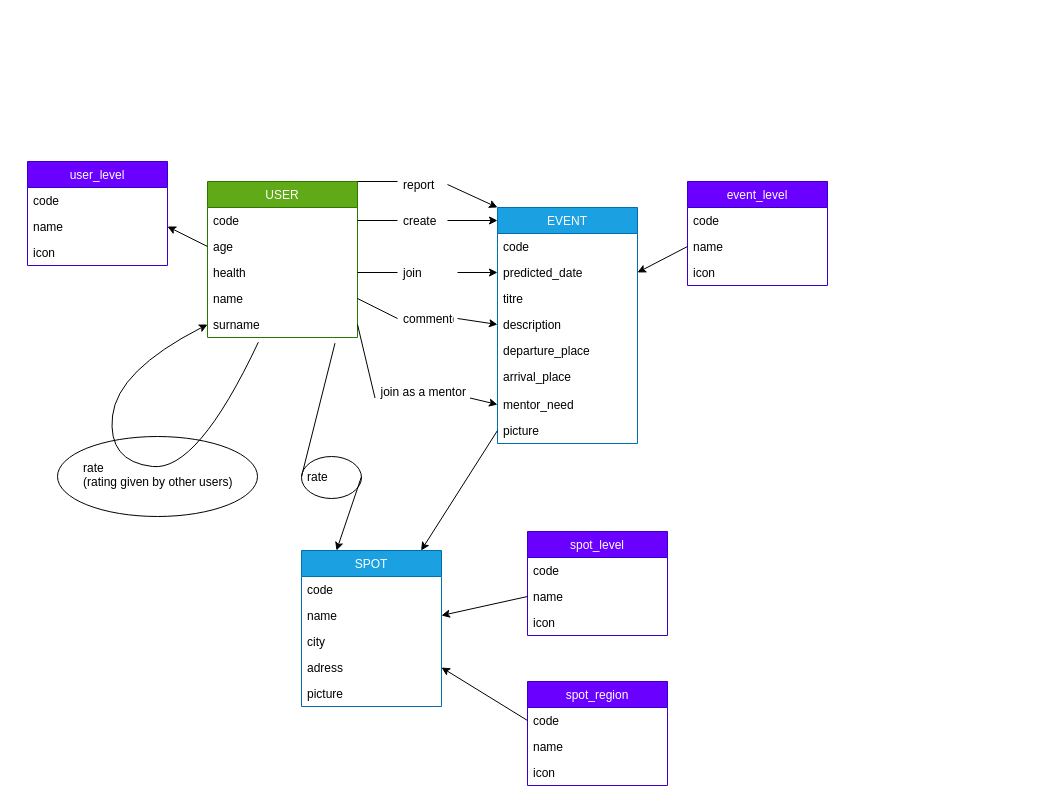
Earlier version of the draw.io diagram page "mcd3" (3 of 5) of conception/mcd.drawio (sarahBarbotin/mirror-hotspot). Source tidied: cells renumbered, new cells numbered last; positions are measured from the earlier drawing's top-left corner, leaving out a move shared by most shapes. Both pictures are drawn from the tidied source at 100%, with x=0, y=0 at pixel (27, 161).
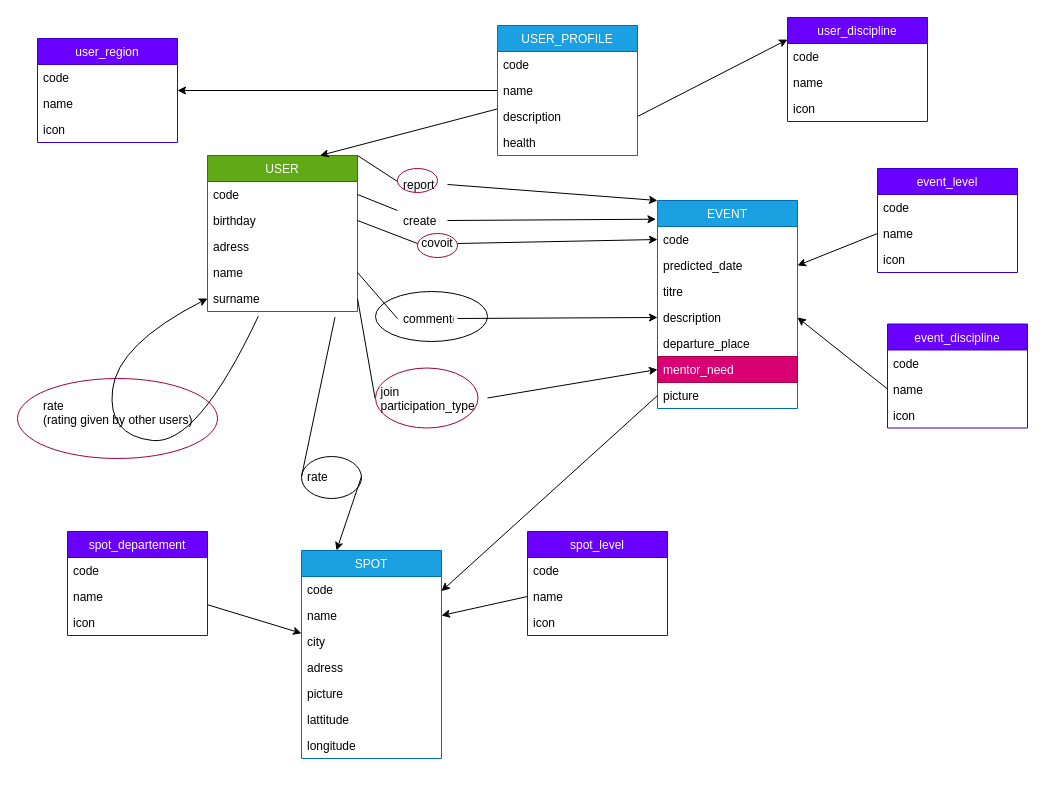
Above is the later version.

Commit message:
s-docs-conception-wireframe with Julien

Unchanged cells that the change refers to:
```xml
<mxCell id="11" value="code" style="text;strokeColor=none;fillColor=none;align=left;verticalAlign=top;spacingLeft=4;spacingRight=4;overflow=hidden;points=[[0,0.5],[1,0.5]];portConstraint=eastwest;" parent="10" vertex="1">
  <mxGeometry y="26" width="140" height="26" as="geometry" />
</mxCell>
<mxCell id="14" value="description" style="text;strokeColor=none;fillColor=none;align=left;verticalAlign=top;spacingLeft=4;spacingRight=4;overflow=hidden;points=[[0,0.5],[1,0.5]];portConstraint=eastwest;" parent="10" vertex="1">
  <mxGeometry y="104" width="140" height="26" as="geometry" />
</mxCell>
<mxCell id="23" value="adress" style="text;strokeColor=none;fillColor=none;align=left;verticalAlign=top;spacingLeft=4;spacingRight=4;overflow=hidden;points=[[0,0.5],[1,0.5]];portConstraint=eastwest;" parent="19" vertex="1">
  <mxGeometry y="104" width="140" height="26" as="geometry" />
</mxCell>
<mxCell id="35" value="create" style="text;strokeColor=none;fillColor=none;align=left;verticalAlign=top;spacingLeft=4;spacingRight=4;overflow=hidden;points=[[0,0.5],[1,0.5]];portConstraint=eastwest;" parent="1" vertex="1">
  <mxGeometry x="370" y="46" width="50" height="26" as="geometry" />
</mxCell>
<mxCell id="59" value="code" style="text;strokeColor=none;fillColor=none;align=left;verticalAlign=top;spacingLeft=4;spacingRight=4;overflow=hidden;points=[[0,0.5],[1,0.5]];portConstraint=eastwest;" parent="58" vertex="1">
  <mxGeometry y="26" width="140" height="26" as="geometry" />
</mxCell>
```

The edit, as a diff of the source:
```diff
@@
+    <mxCell id="67" style="edgeStyle=none;html=1;exitX=1;exitY=0.5;exitDx=0;exitDy=0;entryX=0;entryY=0.212;entryDx=0;entryDy=0;entryPerimeter=0;" parent="1" edge="1" source="86" target="87">
+      <mxGeometry relative="1" as="geometry" />
+    </mxCell>
     <mxCell id="3" value="USER" style="swimlane;fontStyle=0;horizontal=1;startSize=26;fillColor=#60a917;strokeColor=#2D7600;fontColor=#ffffff;" parent="1" vertex="1">
-      <mxGeometry x="180" y="20" width="150" height="156" as="geometry" />
+      <mxGeometry x="180" y="-6" width="150" height="156" as="geometry" />
     </mxCell>
@@
-    <mxCell id="5" value="age" style="text;strokeColor=none;fillColor=none;align=left;verticalAlign=top;spacingLeft=4;spacingRight=4;overflow=hidden;points=[[0,0.5],[1,0.5]];portConstraint=eastwest;" parent="3" vertex="1">
+    <mxCell id="5" value="birthday" style="text;strokeColor=none;fillColor=none;align=left;verticalAlign=top;spacingLeft=4;spacingRight=4;overflow=hidden;points=[[0,0.5],[1,0.5]];portConstraint=eastwest;" parent="3" vertex="1">
       <mxGeometry y="52" width="150" height="26" as="geometry" />
     </mxCell>
-    <mxCell id="6" value="health" style="text;strokeColor=none;fillColor=none;align=left;verticalAlign=top;spacingLeft=4;spacingRight=4;overflow=hidden;points=[[0,0.5],[1,0.5]];portConstraint=eastwest;" parent="3" vertex="1">
-      <mxGeometry y="78" width="150" height="26" as="geometry" />
-    </mxCell>
+    <mxCell id="68" value="adress" style="text;strokeColor=none;fillColor=none;align=left;verticalAlign=top;spacingLeft=4;spacingRight=4;overflow=hidden;" parent="3" vertex="1">
+      <mxGeometry y="78" width="150" height="26" as="geometry" />
+    </mxCell>
@@
     <mxCell id="10" value="EVENT" style="swimlane;fontStyle=0;horizontal=1;startSize=26;fillColor=#1ba1e2;strokeColor=#006EAF;fontColor=#ffffff;" parent="1" vertex="1">
-      <mxGeometry x="470" y="46" width="140" height="236" as="geometry" />
+      <mxGeometry x="630" y="39" width="140" height="208" as="geometry" />
     </mxCell>
@@
-    <mxCell id="16" value="arrival_place" style="text;strokeColor=none;fillColor=none;align=left;verticalAlign=top;spacingLeft=4;spacingRight=4;overflow=hidden;" parent="10" vertex="1">
-      <mxGeometry y="156" width="140" height="28" as="geometry" />
-    </mxCell>
-    <mxCell id="17" value="mentor_need" style="text;strokeColor=none;fillColor=none;align=left;verticalAlign=top;spacingLeft=4;spacingRight=4;overflow=hidden;points=[[0,0.5],[1,0.5]];portConstraint=eastwest;" parent="10" vertex="1">
-      <mxGeometry y="184" width="140" height="26" as="geometry" />
+    <mxCell id="17" value="mentor_need" style="text;strokeColor=#A50040;fillColor=#d80073;align=left;verticalAlign=top;spacingLeft=4;spacingRight=4;overflow=hidden;points=[[0,0.5],[1,0.5]];portConstraint=eastwest;fontColor=#ffffff;" parent="10" vertex="1">
+      <mxGeometry y="156" width="140" height="26" as="geometry" />
     </mxCell>
     <mxCell id="18" value="picture" style="text;strokeColor=none;fillColor=none;align=left;verticalAlign=top;spacingLeft=4;spacingRight=4;overflow=hidden;points=[[0,0.5],[1,0.5]];portConstraint=eastwest;" parent="10" vertex="1">
-      <mxGeometry y="210" width="140" height="26" as="geometry" />
+      <mxGeometry y="182" width="140" height="26" as="geometry" />
     </mxCell>
     <mxCell id="19" value="SPOT" style="swimlane;fontStyle=0;horizontal=1;startSize=26;fillColor=#1ba1e2;strokeColor=#006EAF;fontColor=#ffffff;" parent="1" vertex="1">
-      <mxGeometry x="274" y="389" width="140" height="156" as="geometry" />
+      <mxGeometry x="274" y="389" width="140" height="208" as="geometry" />
     </mxCell>
@@
+    <mxCell id="69" value="lattitude" style="text;strokeColor=none;fillColor=none;align=left;verticalAlign=top;spacingLeft=4;spacingRight=4;overflow=hidden;" parent="19" vertex="1">
+      <mxGeometry y="156" width="140" height="26" as="geometry" />
+    </mxCell>
+    <mxCell id="70" value="longitude" style="text;strokeColor=none;fillColor=none;align=left;verticalAlign=top;spacingLeft=4;spacingRight=4;overflow=hidden;" parent="19" vertex="1">
+      <mxGeometry y="182" width="140" height="26" as="geometry" />
+    </mxCell>
     <mxCell id="25" value="event_level" style="swimlane;fontStyle=0;horizontal=1;startSize=26;fillColor=#6a00ff;strokeColor=#3700CC;fontColor=#ffffff;" parent="1" vertex="1">
-      <mxGeometry x="660" y="20" width="140" height="104" as="geometry" />
+      <mxGeometry x="850" y="7" width="140" height="104" as="geometry" />
     </mxCell>
@@
-    <mxCell id="29" value="user_level" style="swimlane;fontStyle=0;horizontal=1;startSize=26;fillColor=#6a00ff;strokeColor=#3700CC;fontColor=#ffffff;" parent="1" vertex="1">
-      <mxGeometry width="140" height="104" as="geometry" />
-    </mxCell>
-    <mxCell id="30" value="code" style="text;strokeColor=none;fillColor=none;align=left;verticalAlign=top;spacingLeft=4;spacingRight=4;overflow=hidden;" parent="29" vertex="1">
-      <mxGeometry y="26" width="140" height="26" as="geometry" />
-    </mxCell>
-    <mxCell id="31" value="name" style="text;strokeColor=none;fillColor=none;align=left;verticalAlign=top;spacingLeft=4;spacingRight=4;overflow=hidden;points=[[0,0.5],[1,0.5]];portConstraint=eastwest;" parent="29" vertex="1">
-      <mxGeometry y="52" width="140" height="26" as="geometry" />
-    </mxCell>
-    <mxCell id="32" value="icon" style="text;strokeColor=none;fillColor=none;align=left;verticalAlign=top;spacingLeft=4;spacingRight=4;overflow=hidden;" parent="29" vertex="1">
-      <mxGeometry y="78" width="140" height="26" as="geometry" />
-    </mxCell>
-    <mxCell id="33" style="edgeStyle=none;html=1;exitX=1;exitY=0.5;exitDx=0;exitDy=0;entryX=0;entryY=0.5;entryDx=0;entryDy=0;startArrow=none;" parent="1" edge="1" source="45">
-      <mxGeometry relative="1" as="geometry">
-        <mxPoint x="470" y="111" as="targetPoint" />
-      </mxGeometry>
-    </mxCell>
-    <mxCell id="34" style="edgeStyle=none;html=1;exitX=1;exitY=0.5;exitDx=0;exitDy=0;startArrow=none;" parent="1" edge="1" source="35">
-      <mxGeometry relative="1" as="geometry">
-        <mxPoint x="470" y="59" as="targetPoint" />
-      </mxGeometry>
+    <mxCell id="34" style="edgeStyle=none;html=1;exitX=1;exitY=0.5;exitDx=0;exitDy=0;startArrow=none;entryX=-0.011;entryY=0.09;entryDx=0;entryDy=0;entryPerimeter=0;" parent="1" edge="1" source="35" target="10">
+      <mxGeometry relative="1" as="geometry" />
     </mxCell>
@@
-    <mxCell id="40" style="edgeStyle=none;html=1;exitX=0;exitY=0.5;exitDx=0;exitDy=0;entryX=1;entryY=0.5;entryDx=0;entryDy=0;" parent="1" edge="1" source="5" target="31">
-      <mxGeometry relative="1" as="geometry" />
-    </mxCell>
@@
-    <mxCell id="45" value="join" style="text;strokeColor=none;fillColor=none;align=left;verticalAlign=top;spacingLeft=4;spacingRight=4;overflow=hidden;points=[[0,0.5],[1,0.5]];portConstraint=eastwest;" parent="1" vertex="1">
-      <mxGeometry x="370" y="98" width="60" height="26" as="geometry" />
-    </mxCell>
-    <mxCell id="46" style="edgeStyle=none;html=1;exitX=1;exitY=0.5;exitDx=0;exitDy=0;entryX=0;entryY=0.5;entryDx=0;entryDy=0;endArrow=none;" parent="1" edge="1" source="6" target="45">
-      <mxGeometry relative="1" as="geometry" />
-    </mxCell>
@@
-    <mxCell id="48" value="join as a mentor" style="text;strokeColor=none;fillColor=none;align=left;verticalAlign=top;spacingLeft=4;spacingRight=4;overflow=hidden;points=[[0,0.5],[1,0.5]];portConstraint=eastwest;" parent="1" vertex="1">
-      <mxGeometry x="347.5" y="217" width="95" height="39" as="geometry" />
+    <mxCell id="48" value="join &#10;participation_type" style="text;strokeColor=none;fillColor=none;align=left;verticalAlign=top;spacingLeft=4;spacingRight=4;overflow=hidden;points=[[0,0.5],[1,0.5]];portConstraint=eastwest;" parent="1" vertex="1">
+      <mxGeometry x="347.5" y="217" width="112.5" height="39" as="geometry" />
     </mxCell>
@@
     <mxCell id="50" value="rate&#10;(rating given by other users)" style="text;strokeColor=none;fillColor=none;align=left;verticalAlign=top;spacingLeft=4;spacingRight=4;overflow=hidden;" parent="1" vertex="1">
-      <mxGeometry x="50" y="293" width="170" height="44" as="geometry" />
+      <mxGeometry x="10" y="231" width="170" height="44" as="geometry" />
     </mxCell>
-    <mxCell id="51" style="ellipse;whiteSpace=wrap;html=1;fillColor=none;" parent="1" vertex="1">
-      <mxGeometry x="30" y="275" width="200" height="80" as="geometry" />
+    <mxCell id="51" style="ellipse;whiteSpace=wrap;html=1;strokeColor=#A50040;fontColor=#ffffff;fillColor=none;" parent="1" vertex="1">
+      <mxGeometry x="-10" y="217" width="200" height="80" as="geometry" />
     </mxCell>
@@
-    <mxCell id="58" value="spot_region" style="swimlane;fontStyle=0;horizontal=1;startSize=26;fillColor=#6a00ff;strokeColor=#3700CC;fontColor=#ffffff;" parent="1" vertex="1">
-      <mxGeometry x="500" y="520" width="140" height="104" as="geometry" />
+    <mxCell id="58" value="spot_departement" style="swimlane;fontStyle=0;horizontal=1;startSize=26;fillColor=#6a00ff;strokeColor=#3700CC;fontColor=#ffffff;" parent="1" vertex="1">
+      <mxGeometry x="40" y="370" width="140" height="104" as="geometry" />
     </mxCell>
@@
-    <mxCell id="62" style="edgeStyle=none;html=1;exitX=0;exitY=0.5;exitDx=0;exitDy=0;entryX=1;entryY=0.5;entryDx=0;entryDy=0;" parent="1" edge="1" source="59" target="23">
+    <mxCell id="62" style="edgeStyle=none;html=1;" parent="1" edge="1" source="58" target="19">
       <mxGeometry relative="1" as="geometry" />
     </mxCell>
@@
+    <mxCell id="71" style="ellipse;whiteSpace=wrap;html=1;fillColor=none;" parent="1" vertex="1">
+      <mxGeometry x="348" y="130" width="112" height="50" as="geometry" />
+    </mxCell>
+    <mxCell id="72" style="ellipse;whiteSpace=wrap;html=1;strokeColor=#A50040;fontColor=#ffffff;fillColor=none;" parent="1" vertex="1">
+      <mxGeometry x="348" y="206.5" width="102.5" height="60" as="geometry" />
+    </mxCell>
+    <mxCell id="73" style="edgeStyle=none;html=1;exitX=1;exitY=0.5;exitDx=0;exitDy=0;entryX=0;entryY=0.5;entryDx=0;entryDy=0;startArrow=none;" parent="1" edge="1" source="74" target="11">
+      <mxGeometry relative="1" as="geometry" />
+    </mxCell>
+    <mxCell id="74" value="covoit" style="text;html=1;strokeColor=none;fillColor=none;align=center;verticalAlign=middle;whiteSpace=wrap;rounded=0;" parent="1" vertex="1">
+      <mxGeometry x="390" y="72" width="40" height="20" as="geometry" />
+    </mxCell>
+    <mxCell id="75" style="edgeStyle=none;html=1;exitX=1;exitY=0.5;exitDx=0;exitDy=0;entryX=0;entryY=0.5;entryDx=0;entryDy=0;endArrow=none;" parent="1" edge="1" source="5" target="74">
+      <mxGeometry relative="1" as="geometry" />
+    </mxCell>
+    <mxCell id="76" style="ellipse;whiteSpace=wrap;html=1;strokeColor=#A50040;fontColor=#ffffff;fillColor=none;" parent="1" vertex="1">
+      <mxGeometry x="390" y="72" width="40" height="24" as="geometry" />
+    </mxCell>
+    <mxCell id="77" value="user_region" style="swimlane;fontStyle=0;horizontal=1;startSize=26;fillColor=#6a00ff;strokeColor=#3700CC;fontColor=#ffffff;" parent="1" vertex="1">
+      <mxGeometry x="10" y="-123" width="140" height="104" as="geometry" />
+    </mxCell>
+    <mxCell id="78" value="code" style="text;strokeColor=none;fillColor=none;align=left;verticalAlign=top;spacingLeft=4;spacingRight=4;overflow=hidden;" parent="77" vertex="1">
+      <mxGeometry y="26" width="140" height="26" as="geometry" />
+    </mxCell>
+    <mxCell id="79" value="name" style="text;strokeColor=none;fillColor=none;align=left;verticalAlign=top;spacingLeft=4;spacingRight=4;overflow=hidden;" parent="77" vertex="1">
+      <mxGeometry y="52" width="140" height="26" as="geometry" />
+    </mxCell>
+    <mxCell id="80" value="icon" style="text;strokeColor=none;fillColor=none;align=left;verticalAlign=top;spacingLeft=4;spacingRight=4;overflow=hidden;" parent="77" vertex="1">
+      <mxGeometry y="78" width="140" height="26" as="geometry" />
+    </mxCell>
+    <mxCell id="81" style="edgeStyle=none;html=1;entryX=0.75;entryY=0;entryDx=0;entryDy=0;" parent="1" edge="1" source="83" target="3">
+      <mxGeometry relative="1" as="geometry" />
+    </mxCell>
+    <mxCell id="82" style="edgeStyle=none;html=1;" parent="1" edge="1" source="83" target="77">
+      <mxGeometry relative="1" as="geometry" />
+    </mxCell>
+    <mxCell id="83" value="USER_PROFILE" style="swimlane;fontStyle=0;horizontal=1;startSize=26;fillColor=#1ba1e2;strokeColor=#006EAF;fontColor=#ffffff;" parent="1" vertex="1">
+      <mxGeometry x="470" y="-136" width="140" height="130" as="geometry" />
+    </mxCell>
+    <mxCell id="84" value="code" style="text;strokeColor=none;fillColor=none;align=left;verticalAlign=top;spacingLeft=4;spacingRight=4;overflow=hidden;" parent="83" vertex="1">
+      <mxGeometry y="26" width="140" height="26" as="geometry" />
+    </mxCell>
+    <mxCell id="85" value="name" style="text;strokeColor=none;fillColor=none;align=left;verticalAlign=top;spacingLeft=4;spacingRight=4;overflow=hidden;" parent="83" vertex="1">
+      <mxGeometry y="52" width="140" height="26" as="geometry" />
+    </mxCell>
+    <mxCell id="86" value="description" style="text;strokeColor=none;fillColor=none;align=left;verticalAlign=top;spacingLeft=4;spacingRight=4;overflow=hidden;points=[[0,0.5],[1,0.5]];portConstraint=eastwest;" parent="83" vertex="1">
+      <mxGeometry y="78" width="140" height="26" as="geometry" />
+    </mxCell>
+    <mxCell id="6" value="health" style="text;strokeColor=none;fillColor=none;align=left;verticalAlign=top;spacingLeft=4;spacingRight=4;overflow=hidden;points=[[0,0.5],[1,0.5]];portConstraint=eastwest;" parent="83" vertex="1">
+      <mxGeometry y="104" width="140" height="26" as="geometry" />
+    </mxCell>
+    <mxCell id="87" value="user_discipline" style="swimlane;fontStyle=0;horizontal=1;startSize=26;fillColor=#6a00ff;strokeColor=#3700CC;fontColor=#ffffff;" parent="1" vertex="1">
+      <mxGeometry x="760" y="-144" width="140" height="104" as="geometry" />
+    </mxCell>
+    <mxCell id="88" value="code" style="text;strokeColor=none;fillColor=none;align=left;verticalAlign=top;spacingLeft=4;spacingRight=4;overflow=hidden;" parent="87" vertex="1">
+      <mxGeometry y="26" width="140" height="26" as="geometry" />
+    </mxCell>
+    <mxCell id="89" value="name" style="text;strokeColor=none;fillColor=none;align=left;verticalAlign=top;spacingLeft=4;spacingRight=4;overflow=hidden;" parent="87" vertex="1">
+      <mxGeometry y="52" width="140" height="26" as="geometry" />
+    </mxCell>
+    <mxCell id="90" value="icon" style="text;strokeColor=none;fillColor=none;align=left;verticalAlign=top;spacingLeft=4;spacingRight=4;overflow=hidden;" parent="87" vertex="1">
+      <mxGeometry y="78" width="140" height="26" as="geometry" />
+    </mxCell>
+    <mxCell id="91" style="ellipse;whiteSpace=wrap;html=1;strokeColor=#A50040;fontColor=#ffffff;fillColor=none;" parent="1" vertex="1">
+      <mxGeometry x="370" y="7" width="40" height="24" as="geometry" />
+    </mxCell>
+    <mxCell id="92" value="event_discipline" style="swimlane;fontStyle=0;horizontal=1;startSize=26;fillColor=#6a00ff;strokeColor=#3700CC;fontColor=#ffffff;" parent="1" vertex="1">
+      <mxGeometry x="860" y="162.5" width="140" height="104" as="geometry" />
+    </mxCell>
+    <mxCell id="93" value="code" style="text;strokeColor=none;fillColor=none;align=left;verticalAlign=top;spacingLeft=4;spacingRight=4;overflow=hidden;" parent="92" vertex="1">
+      <mxGeometry y="26" width="140" height="26" as="geometry" />
+    </mxCell>
+    <mxCell id="94" value="name" style="text;strokeColor=none;fillColor=none;align=left;verticalAlign=top;spacingLeft=4;spacingRight=4;overflow=hidden;points=[[0,0.5],[1,0.5]];portConstraint=eastwest;" parent="92" vertex="1">
+      <mxGeometry y="52" width="140" height="26" as="geometry" />
+    </mxCell>
+    <mxCell id="95" value="icon" style="text;strokeColor=none;fillColor=none;align=left;verticalAlign=top;spacingLeft=4;spacingRight=4;overflow=hidden;" parent="92" vertex="1">
+      <mxGeometry y="78" width="140" height="26" as="geometry" />
+    </mxCell>
+    <mxCell id="96" style="edgeStyle=none;html=1;exitX=0;exitY=0.5;exitDx=0;exitDy=0;entryX=1;entryY=0.5;entryDx=0;entryDy=0;" parent="1" edge="1" source="94" target="14">
+      <mxGeometry relative="1" as="geometry" />
+    </mxCell>
```
